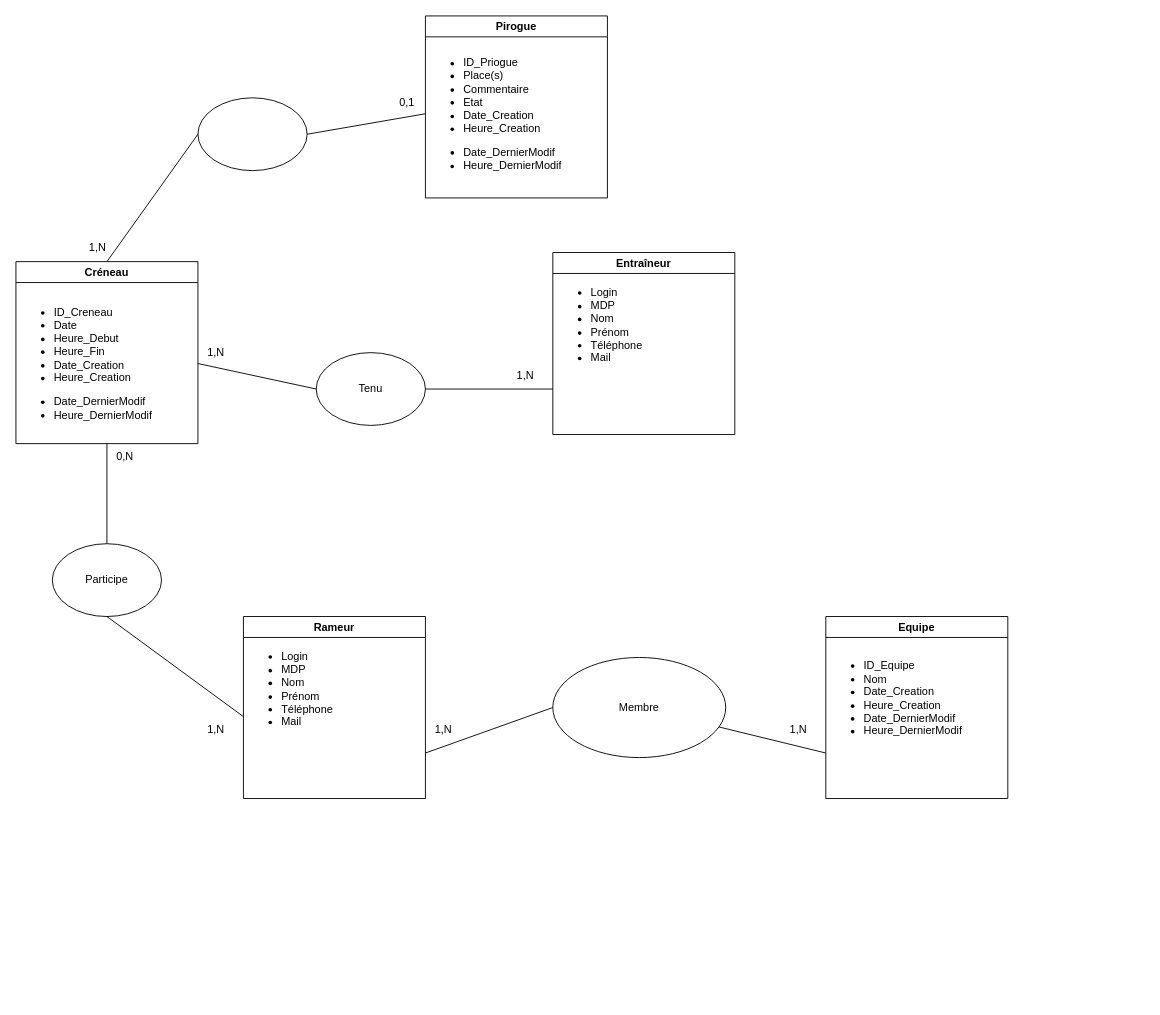
The draw.io diagram Docs/MCD_VAapp.drawio in tteuru09/VAapp_project, before the edit. Source tidied: cells renumbered, new cells numbered last; positions are measured from the earlier drawing's top-left corner, leaving out a move shared by most shapes. Both pictures are drawn from the tidied source at 91%, with x=0, y=0 at pixel (15, 15).
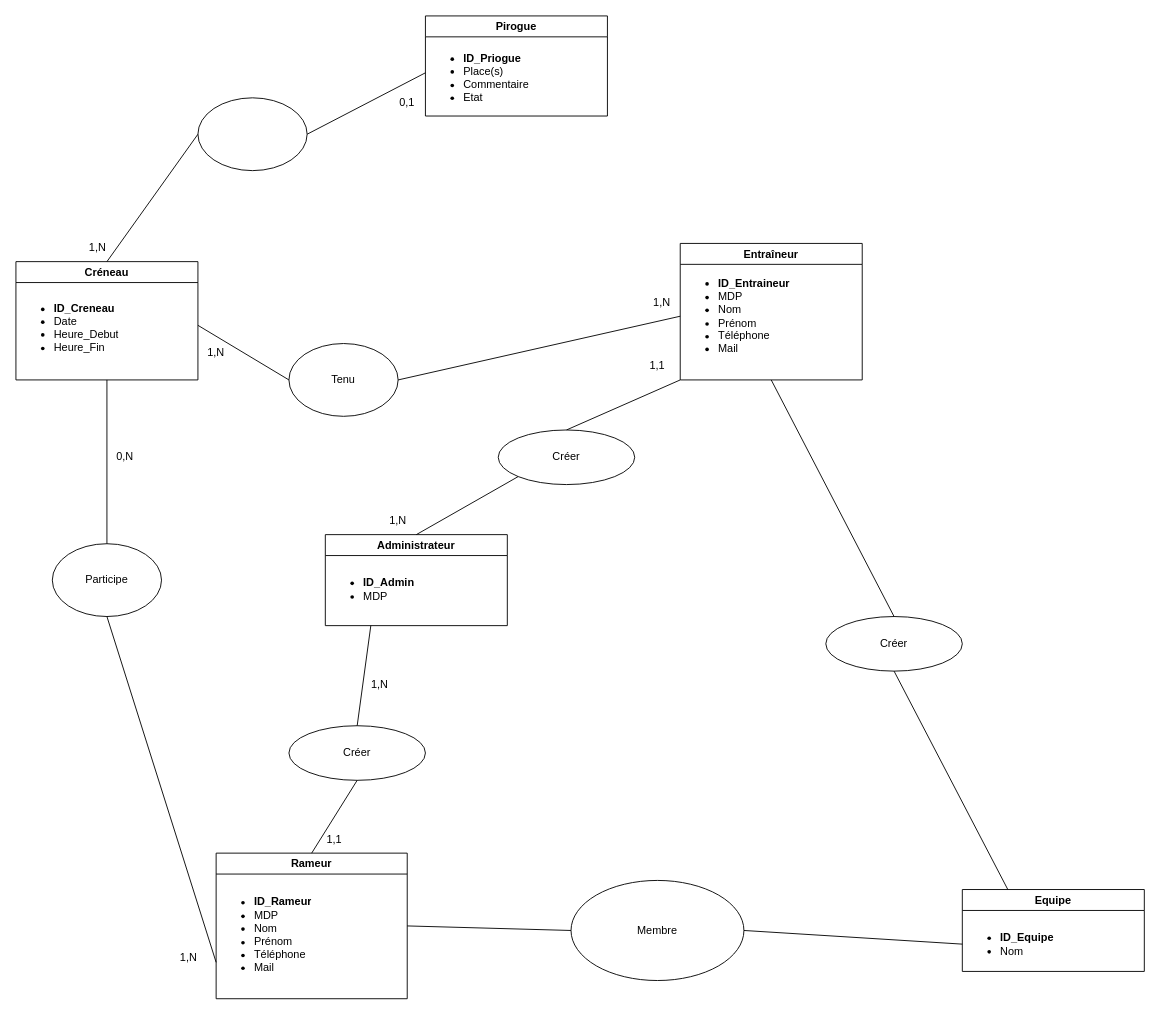
The same page after the edit.

Commit message:
MCD_ajoutAdmin

The edit, as a diff of the source:
```diff
@@
     <mxCell id="2" value="Rameur" style="swimlane;whiteSpace=wrap;html=1;" parent="1" vertex="1">
-      <mxGeometry x="250" y="660" width="200" height="200" as="geometry" />
+      <mxGeometry x="220" y="920" width="210" height="160" as="geometry" />
     </mxCell>
-    <mxCell id="3" value="&lt;ul&gt;&lt;li&gt;Login&lt;/li&gt;&lt;li&gt;MDP&lt;/li&gt;&lt;li&gt;Nom&lt;/li&gt;&lt;li&gt;Prénom&lt;/li&gt;&lt;li&gt;Téléphone&lt;/li&gt;&lt;li&gt;Mail&lt;/li&gt;&lt;/ul&gt;" style="text;strokeColor=none;fillColor=none;html=1;whiteSpace=wrap;verticalAlign=middle;overflow=hidden;" parent="2" vertex="1">
-      <mxGeometry y="20" width="200" height="120" as="geometry" />
+    <mxCell id="3" value="&lt;ul&gt;&lt;li&gt;&lt;b&gt;ID_Rameur&lt;/b&gt;&lt;/li&gt;&lt;li&gt;MDP&lt;/li&gt;&lt;li&gt;Nom&lt;/li&gt;&lt;li&gt;Prénom&lt;/li&gt;&lt;li&gt;Téléphone&lt;/li&gt;&lt;li&gt;Mail&lt;/li&gt;&lt;/ul&gt;" style="text;strokeColor=none;fillColor=none;html=1;whiteSpace=wrap;verticalAlign=middle;overflow=hidden;" parent="2" vertex="1">
+      <mxGeometry y="30" width="200" height="120" as="geometry" />
     </mxCell>
     <mxCell id="4" value="Entraîneur" style="swimlane;whiteSpace=wrap;html=1;" parent="1" vertex="1">
-      <mxGeometry x="590" y="260" width="200" height="200" as="geometry" />
+      <mxGeometry x="730" y="250" width="200" height="150" as="geometry" />
     </mxCell>
-    <mxCell id="5" value="&lt;ul&gt;&lt;li style=&quot;border-color: var(--border-color);&quot;&gt;&lt;span style=&quot;background-color: initial;&quot;&gt;Login&lt;/span&gt;&lt;/li&gt;&lt;li style=&quot;border-color: var(--border-color);&quot;&gt;&lt;span style=&quot;background-color: initial;&quot;&gt;MDP&lt;/span&gt;&lt;/li&gt;&lt;li style=&quot;border-color: var(--border-color);&quot;&gt;&lt;span style=&quot;background-color: initial;&quot;&gt;Nom&lt;/span&gt;&lt;br&gt;&lt;/li&gt;&lt;li&gt;Prénom&lt;/li&gt;&lt;li&gt;Téléphone&lt;/li&gt;&lt;li&gt;Mail&lt;/li&gt;&lt;/ul&gt;" style="text;strokeColor=none;fillColor=none;html=1;whiteSpace=wrap;verticalAlign=middle;overflow=hidden;" parent="4" vertex="1">
+    <mxCell id="5" value="&lt;ul&gt;&lt;li style=&quot;border-color: var(--border-color);&quot;&gt;&lt;b&gt;ID_Entraineur&lt;/b&gt;&lt;/li&gt;&lt;li style=&quot;border-color: var(--border-color);&quot;&gt;&lt;span style=&quot;background-color: initial;&quot;&gt;MDP&lt;/span&gt;&lt;/li&gt;&lt;li style=&quot;border-color: var(--border-color);&quot;&gt;&lt;span style=&quot;background-color: initial;&quot;&gt;Nom&lt;/span&gt;&lt;br&gt;&lt;/li&gt;&lt;li&gt;Prénom&lt;/li&gt;&lt;li&gt;Téléphone&lt;/li&gt;&lt;li&gt;Mail&lt;/li&gt;&lt;/ul&gt;" style="text;strokeColor=none;fillColor=none;html=1;whiteSpace=wrap;verticalAlign=middle;overflow=hidden;" parent="4" vertex="1">
       <mxGeometry y="20" width="200" height="120" as="geometry" />
     </mxCell>
     <mxCell id="6" value="Créneau" style="swimlane;whiteSpace=wrap;html=1;" parent="1" vertex="1">
-      <mxGeometry y="270" width="200" height="200" as="geometry" />
+      <mxGeometry y="270" width="200" height="130" as="geometry" />
     </mxCell>
-    <mxCell id="7" value="&lt;ul&gt;&lt;li style=&quot;border-color: var(--border-color);&quot;&gt;ID_Creneau&lt;/li&gt;&lt;li style=&quot;border-color: var(--border-color);&quot;&gt;Date&lt;/li&gt;&lt;li style=&quot;border-color: var(--border-color);&quot;&gt;Heure_Debut&lt;/li&gt;&lt;li style=&quot;border-color: var(--border-color);&quot;&gt;Heure_Fin&lt;/li&gt;&lt;li style=&quot;border-color: var(--border-color);&quot;&gt;Date_Creation&lt;/li&gt;&lt;li style=&quot;border-color: var(--border-color);&quot;&gt;Heure_Creation&lt;/li&gt;&lt;/ul&gt;&lt;div&gt;&lt;ul style=&quot;border-color: var(--border-color);&quot;&gt;&lt;li style=&quot;border-color: var(--border-color);&quot;&gt;Date_DernierModif&lt;/li&gt;&lt;li style=&quot;border-color: var(--border-color);&quot;&gt;Heure_DernierModif&lt;/li&gt;&lt;/ul&gt;&lt;/div&gt;" style="text;strokeColor=none;fillColor=none;html=1;whiteSpace=wrap;verticalAlign=middle;overflow=hidden;" parent="6" vertex="1">
-      <mxGeometry y="30" width="200" height="164" as="geometry" />
+    <mxCell id="7" value="&lt;ul style=&quot;border-color: var(--border-color);&quot;&gt;&lt;li style=&quot;border-color: var(--border-color);&quot;&gt;&lt;b&gt;ID_Creneau&lt;/b&gt;&lt;/li&gt;&lt;li style=&quot;border-color: var(--border-color);&quot;&gt;Date&lt;/li&gt;&lt;li style=&quot;border-color: var(--border-color);&quot;&gt;Heure_Debut&lt;/li&gt;&lt;li style=&quot;border-color: var(--border-color);&quot;&gt;Heure_Fin&lt;/li&gt;&lt;/ul&gt;&lt;div&gt;&lt;/div&gt;" style="text;strokeColor=none;fillColor=none;html=1;whiteSpace=wrap;verticalAlign=middle;overflow=hidden;" parent="6" vertex="1">
+      <mxGeometry y="30" width="200" height="80" as="geometry" />
     </mxCell>
     <mxCell id="8" value="Pirogue" style="swimlane;whiteSpace=wrap;html=1;" parent="1" vertex="1">
-      <mxGeometry x="450" width="200" height="200" as="geometry" />
+      <mxGeometry x="450" width="200" height="110" as="geometry" />
     </mxCell>
-    <mxCell id="9" value="&lt;ul&gt;&lt;li style=&quot;border-color: var(--border-color);&quot;&gt;ID_Priogue&lt;/li&gt;&lt;li style=&quot;border-color: var(--border-color);&quot;&gt;Place(s)&lt;/li&gt;&lt;li style=&quot;border-color: var(--border-color);&quot;&gt;Commentaire&lt;/li&gt;&lt;li style=&quot;border-color: var(--border-color);&quot;&gt;Etat&lt;/li&gt;&lt;li style=&quot;border-color: var(--border-color);&quot;&gt;Date_Creation&lt;/li&gt;&lt;li style=&quot;border-color: var(--border-color);&quot;&gt;Heure_Creation&lt;/li&gt;&lt;/ul&gt;&lt;div&gt;&lt;ul style=&quot;border-color: var(--border-color);&quot;&gt;&lt;li style=&quot;border-color: var(--border-color);&quot;&gt;Date_DernierModif&lt;/li&gt;&lt;li style=&quot;border-color: var(--border-color);&quot;&gt;Heure_DernierModif&lt;/li&gt;&lt;/ul&gt;&lt;/div&gt;" style="text;strokeColor=none;fillColor=none;html=1;whiteSpace=wrap;verticalAlign=middle;overflow=hidden;" parent="8" vertex="1">
-      <mxGeometry y="25" width="200" height="165" as="geometry" />
+    <mxCell id="9" value="&lt;ul style=&quot;border-color: var(--border-color);&quot;&gt;&lt;li style=&quot;border-color: var(--border-color);&quot;&gt;&lt;b&gt;ID_Priogue&lt;/b&gt;&lt;/li&gt;&lt;li style=&quot;border-color: var(--border-color);&quot;&gt;Place(s)&lt;/li&gt;&lt;li style=&quot;border-color: var(--border-color);&quot;&gt;Commentaire&lt;/li&gt;&lt;li style=&quot;border-color: var(--border-color);&quot;&gt;Etat&lt;/li&gt;&lt;/ul&gt;&lt;div&gt;&lt;/div&gt;" style="text;strokeColor=none;fillColor=none;html=1;whiteSpace=wrap;verticalAlign=middle;overflow=hidden;" parent="8" vertex="1">
+      <mxGeometry y="25" width="200" height="75" as="geometry" />
     </mxCell>
     <mxCell id="10" value="Equipe" style="swimlane;whiteSpace=wrap;html=1;" parent="1" vertex="1">
-      <mxGeometry x="890" y="660" width="200" height="200" as="geometry" />
+      <mxGeometry x="1040" y="960" width="200" height="90" as="geometry" />
     </mxCell>
-    <mxCell id="11" value="&lt;ul&gt;&lt;li style=&quot;border-color: var(--border-color);&quot;&gt;ID_Equipe&lt;/li&gt;&lt;li style=&quot;border-color: var(--border-color);&quot;&gt;Nom&lt;/li&gt;&lt;li style=&quot;border-color: var(--border-color);&quot;&gt;Date_Creation&lt;/li&gt;&lt;li style=&quot;border-color: var(--border-color);&quot;&gt;Heure_Creation&lt;/li&gt;&lt;li style=&quot;border-color: var(--border-color);&quot;&gt;Date_DernierModif&lt;/li&gt;&lt;li style=&quot;border-color: var(--border-color);&quot;&gt;Heure_DernierModif&lt;/li&gt;&lt;/ul&gt;" style="text;strokeColor=none;fillColor=none;html=1;whiteSpace=wrap;verticalAlign=middle;overflow=hidden;" parent="10" vertex="1">
-      <mxGeometry y="30" width="200" height="120" as="geometry" />
+    <mxCell id="11" value="&lt;ul&gt;&lt;li style=&quot;border-color: var(--border-color);&quot;&gt;&lt;b&gt;ID_Equipe&lt;/b&gt;&lt;/li&gt;&lt;li style=&quot;border-color: var(--border-color);&quot;&gt;Nom&lt;/li&gt;&lt;/ul&gt;" style="text;strokeColor=none;fillColor=none;html=1;whiteSpace=wrap;verticalAlign=middle;overflow=hidden;" parent="10" vertex="1">
+      <mxGeometry y="30" width="200" height="60" as="geometry" />
     </mxCell>
     <mxCell id="12" value="Membre" style="ellipse;whiteSpace=wrap;html=1;" parent="1" vertex="1">
-      <mxGeometry x="590" y="705" width="190" height="110" as="geometry" />
+      <mxGeometry x="610" y="950" width="190" height="110" as="geometry" />
     </mxCell>
-    <mxCell id="13" value="1,N" style="text;html=1;strokeColor=none;fillColor=none;align=center;verticalAlign=middle;whiteSpace=wrap;rounded=0;" parent="1" vertex="1">
-      <mxGeometry x="440" y="770" width="60" height="30" as="geometry" />
-    </mxCell>
-    <mxCell id="14" value="1,N" style="text;html=1;strokeColor=none;fillColor=none;align=center;verticalAlign=middle;whiteSpace=wrap;rounded=0;" parent="1" vertex="1">
-      <mxGeometry x="830" y="770" width="60" height="30" as="geometry" />
-    </mxCell>
@@
-    <mxCell id="17" style="endArrow=none;html=1;rounded=0;entryX=0;entryY=1;entryDx=0;entryDy=0;" parent="1" edge="1" source="12" target="11">
-      <mxGeometry relative="1" as="geometry" />
-    </mxCell>
-    <mxCell id="18" style="endArrow=none;html=1;rounded=0;entryX=0;entryY=0.5;entryDx=0;entryDy=0;exitX=1;exitY=0.75;exitDx=0;exitDy=0;" parent="1" edge="1" source="2" target="12">
-      <mxGeometry relative="1" as="geometry" />
-    </mxCell>
@@
-    <mxCell id="26" value="1,N" style="text;html=1;strokeColor=none;fillColor=none;align=center;verticalAlign=middle;whiteSpace=wrap;rounded=0;" parent="1" vertex="1">
-      <mxGeometry x="190" y="770" width="60" height="30" as="geometry" />
-    </mxCell>
     <mxCell id="27" value="Tenu" style="ellipse;whiteSpace=wrap;html=1;" parent="1" vertex="1">
-      <mxGeometry x="330" y="370" width="120" height="80" as="geometry" />
+      <mxGeometry x="300" y="360" width="120" height="80" as="geometry" />
     </mxCell>
-    <mxCell id="28" style="endArrow=none;html=1;rounded=0;exitX=1;exitY=0.5;exitDx=0;exitDy=0;entryX=0;entryY=0.75;entryDx=0;entryDy=0;" parent="1" edge="1" source="27" target="4">
-      <mxGeometry relative="1" as="geometry" />
-    </mxCell>
@@
-    <mxCell id="30" value="1,N" style="text;html=1;strokeColor=none;fillColor=none;align=center;verticalAlign=middle;whiteSpace=wrap;rounded=0;" parent="1" vertex="1">
-      <mxGeometry x="530" y="380" width="60" height="30" as="geometry" />
-    </mxCell>
@@
+    <mxCell id="32" value="Administrateur" style="swimlane;whiteSpace=wrap;html=1;" parent="1" vertex="1">
+      <mxGeometry x="340" y="570" width="200" height="100" as="geometry" />
+    </mxCell>
+    <mxCell id="33" value="&lt;ul&gt;&lt;li style=&quot;border-color: var(--border-color);&quot;&gt;&lt;b&gt;ID_Admin&lt;/b&gt;&lt;/li&gt;&lt;li style=&quot;border-color: var(--border-color);&quot;&gt;&lt;span style=&quot;background-color: initial;&quot;&gt;MDP&lt;/span&gt;&lt;/li&gt;&lt;/ul&gt;" style="text;strokeColor=none;fillColor=none;html=1;whiteSpace=wrap;verticalAlign=middle;overflow=hidden;" parent="32" vertex="1">
+      <mxGeometry y="30" width="200" height="60" as="geometry" />
+    </mxCell>
+    <mxCell id="34" value="Créer" style="ellipse;whiteSpace=wrap;html=1;" parent="1" vertex="1">
+      <mxGeometry x="300" y="780" width="150" height="60" as="geometry" />
+    </mxCell>
+    <mxCell id="35" value="Créer" style="ellipse;whiteSpace=wrap;html=1;" parent="1" vertex="1">
+      <mxGeometry x="530" y="455" width="150" height="60" as="geometry" />
+    </mxCell>
+    <mxCell id="36" value="Créer" style="ellipse;whiteSpace=wrap;html=1;" parent="1" vertex="1">
+      <mxGeometry x="890" y="660" width="150" height="60" as="geometry" />
+    </mxCell>
+    <mxCell id="37" style="endArrow=none;html=1;rounded=0;entryX=0;entryY=1;entryDx=0;entryDy=0;exitX=0.5;exitY=0;exitDx=0;exitDy=0;" parent="1" edge="1" source="35" target="4">
+      <mxGeometry relative="1" as="geometry" />
+    </mxCell>
+    <mxCell id="18" style="endArrow=none;html=1;rounded=0;entryX=0;entryY=0.5;entryDx=0;entryDy=0;exitX=1;exitY=0.5;exitDx=0;exitDy=0;" parent="1" edge="1" source="2" target="12">
+      <mxGeometry relative="1" as="geometry" />
+    </mxCell>
+    <mxCell id="17" style="endArrow=none;html=1;rounded=0;entryX=0;entryY=0.5;entryDx=0;entryDy=0;exitX=1;exitY=0.5;exitDx=0;exitDy=0;" parent="1" edge="1" source="12" target="11">
+      <mxGeometry relative="1" as="geometry" />
+    </mxCell>
+    <mxCell id="38" style="endArrow=none;html=1;rounded=0;entryX=0;entryY=0.5;entryDx=0;entryDy=0;exitX=1;exitY=0.5;exitDx=0;exitDy=0;" parent="1" edge="1" source="27" target="5">
+      <mxGeometry relative="1" as="geometry" />
+    </mxCell>
+    <mxCell id="39" style="endArrow=none;html=1;rounded=0;exitX=0.5;exitY=1;exitDx=0;exitDy=0;entryX=0.25;entryY=0;entryDx=0;entryDy=0;" parent="1" edge="1" source="36" target="10">
+      <mxGeometry relative="1" as="geometry" />
+    </mxCell>
+    <mxCell id="40" style="endArrow=none;html=1;rounded=0;entryX=0.5;entryY=0;entryDx=0;entryDy=0;exitX=0.5;exitY=1;exitDx=0;exitDy=0;" parent="1" edge="1" source="4" target="36">
+      <mxGeometry relative="1" as="geometry" />
+    </mxCell>
+    <mxCell id="41" style="endArrow=none;html=1;rounded=0;entryX=0.25;entryY=1;entryDx=0;entryDy=0;exitX=0.5;exitY=0;exitDx=0;exitDy=0;" parent="1" edge="1" source="34" target="32">
+      <mxGeometry relative="1" as="geometry" />
+    </mxCell>
+    <mxCell id="42" style="endArrow=none;html=1;rounded=0;entryX=0;entryY=1;entryDx=0;entryDy=0;exitX=0.5;exitY=0;exitDx=0;exitDy=0;" parent="1" edge="1" source="32" target="35">
+      <mxGeometry relative="1" as="geometry" />
+    </mxCell>
+    <mxCell id="43" style="endArrow=none;html=1;rounded=0;entryX=0.5;entryY=1;entryDx=0;entryDy=0;exitX=0.5;exitY=0;exitDx=0;exitDy=0;" parent="1" edge="1" source="2" target="34">
+      <mxGeometry relative="1" as="geometry" />
+    </mxCell>
+    <mxCell id="44" value="1,N" style="text;html=1;strokeColor=none;fillColor=none;align=center;verticalAlign=middle;whiteSpace=wrap;rounded=0;" parent="1" vertex="1">
+      <mxGeometry x="680" y="300" width="60" height="30" as="geometry" />
+    </mxCell>
+    <mxCell id="45" value="1,1" style="text;html=1;strokeColor=none;fillColor=none;align=center;verticalAlign=middle;whiteSpace=wrap;rounded=0;" parent="1" vertex="1">
+      <mxGeometry x="675" y="370" width="60" height="30" as="geometry" />
+    </mxCell>
+    <mxCell id="46" value="1,N" style="text;html=1;strokeColor=none;fillColor=none;align=center;verticalAlign=middle;whiteSpace=wrap;rounded=0;" parent="1" vertex="1">
+      <mxGeometry x="390" y="540" width="60" height="30" as="geometry" />
+    </mxCell>
+    <mxCell id="47" value="1,N" style="text;html=1;strokeColor=none;fillColor=none;align=center;verticalAlign=middle;whiteSpace=wrap;rounded=0;" parent="1" vertex="1">
+      <mxGeometry x="370" y="720" width="60" height="30" as="geometry" />
+    </mxCell>
+    <mxCell id="48" value="1,1" style="text;html=1;strokeColor=none;fillColor=none;align=center;verticalAlign=middle;whiteSpace=wrap;rounded=0;" parent="1" vertex="1">
+      <mxGeometry x="320" y="890" width="60" height="30" as="geometry" />
+    </mxCell>
+    <mxCell id="49" value="1,N" style="text;html=1;strokeColor=none;fillColor=none;align=center;verticalAlign=middle;whiteSpace=wrap;rounded=0;" parent="1" vertex="1">
+      <mxGeometry x="160" y="1020" width="60" height="30" as="geometry" />
+    </mxCell>
```
